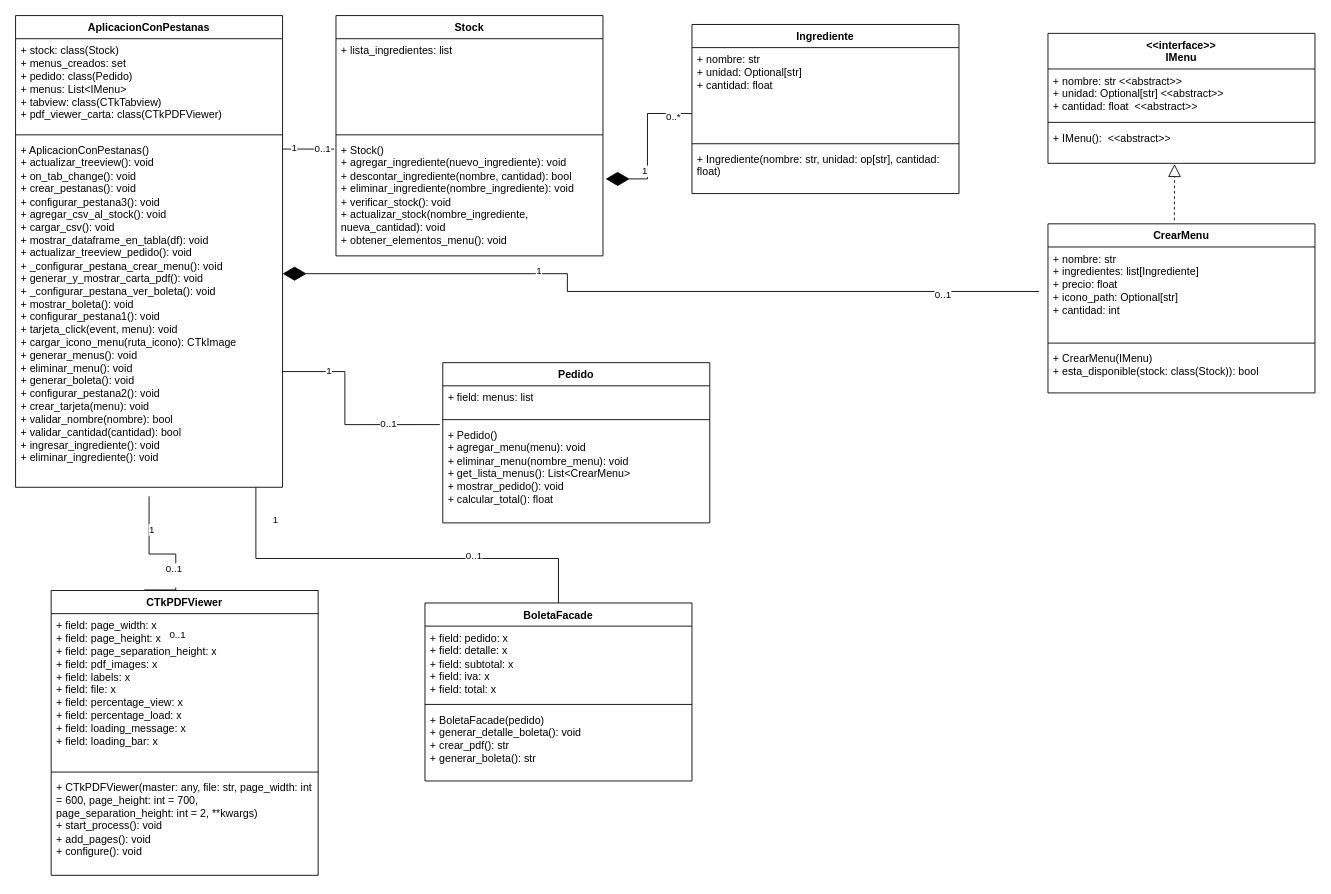
This is Diagrama-Restaurante.drawio from BenjaminSoto05/Proyecto-de-programacion-2, a draw.io file, before an edit. Source tidied: cells renumbered, new cells numbered last; positions are measured from the earlier drawing's top-left corner, leaving out a move shared by most shapes. Both pictures are drawn from the tidied source at 89%, with x=0, y=0 at pixel (15, 15).
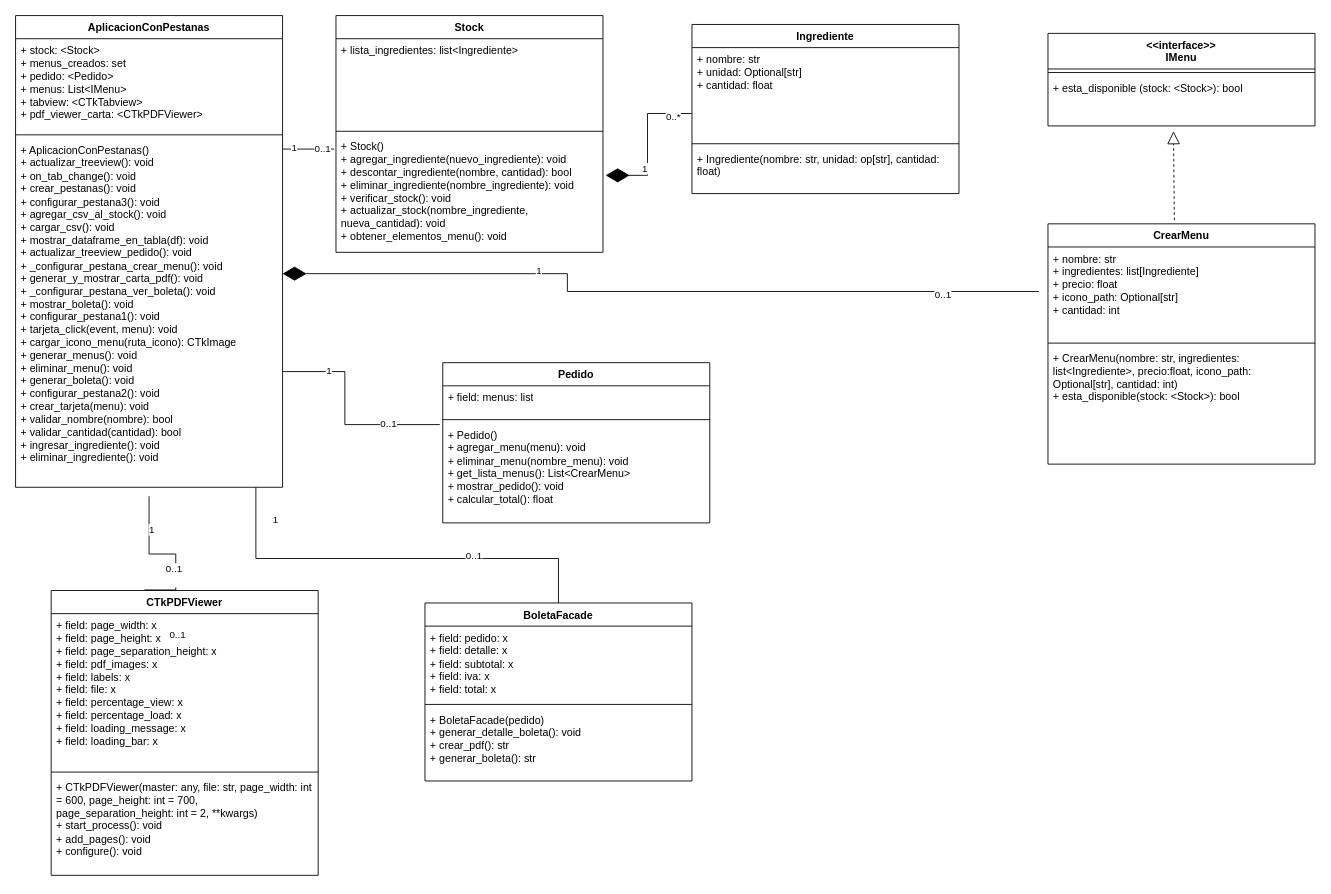
Above is the later version.

Commit message:
fix: Cambio de datos y cambio de clase Interfaz

The change refers to these unchanged cells:
```xml
<mxCell id="2" value="AplicacionConPestanas" style="swimlane;fontStyle=1;align=center;verticalAlign=top;horizontal=1;startSize=26;whiteSpace=wrap;html=1;" parent="1" vertex="1">
  <mxGeometry width="300" height="530" as="geometry" />
</mxCell>
```

What changed in the source:
```diff
@@
-    <mxCell id="3" value="+ stock: class(Stock)&lt;div&gt;+ menus_creados: set&lt;/div&gt;&lt;div&gt;+ pedido: class(Pedido)&lt;/div&gt;&lt;div&gt;+ menus: List&amp;lt;IMenu&amp;gt;&lt;/div&gt;&lt;div&gt;+ tabview: class(CTkTabview)&lt;/div&gt;&lt;div&gt;+ pdf_viewer_carta: class(CTkPDFViewer)&lt;/div&gt;" style="text;strokeColor=none;fillColor=none;align=left;verticalAlign=top;spacingLeft=4;spacingRight=4;overflow=hidden;whiteSpace=wrap;html=1;" parent="2" vertex="1">
+    <mxCell id="3" value="+ stock: &amp;lt;Stock&amp;gt;&lt;div&gt;+ menus_creados: set&lt;/div&gt;&lt;div&gt;+ pedido: &amp;lt;Pedido&amp;gt;&lt;/div&gt;&lt;div&gt;+ menus: List&amp;lt;IMenu&amp;gt;&lt;/div&gt;&lt;div&gt;+ tabview: &amp;lt;CTkTabview&amp;gt;&lt;/div&gt;&lt;div&gt;+ pdf_viewer_carta: &amp;lt;CTkPDFViewer&amp;gt;&lt;/div&gt;" style="text;strokeColor=none;fillColor=none;align=left;verticalAlign=top;spacingLeft=4;spacingRight=4;overflow=hidden;whiteSpace=wrap;html=1;" parent="2" vertex="1">
       <mxGeometry y="26" width="300" height="104" as="geometry" />
     </mxCell>
@@
     <mxCell id="6" value="Stock" style="swimlane;fontStyle=1;align=center;verticalAlign=top;horizontal=1;startSize=26;whiteSpace=wrap;html=1;" parent="1" vertex="1">
-      <mxGeometry x="360" width="300" height="270" as="geometry" />
+      <mxGeometry x="360" width="300" height="266" as="geometry" />
     </mxCell>
-    <mxCell id="7" value="+ lista_ingredientes: list" style="text;strokeColor=none;fillColor=none;align=left;verticalAlign=top;spacingLeft=4;spacingRight=4;overflow=hidden;whiteSpace=wrap;html=1;" parent="6" vertex="1">
-      <mxGeometry y="26" width="300" height="104" as="geometry" />
+    <mxCell id="7" value="+ lista_ingredientes: list&amp;lt;Ingrediente&amp;gt;" style="text;strokeColor=none;fillColor=none;align=left;verticalAlign=top;spacingLeft=4;spacingRight=4;overflow=hidden;whiteSpace=wrap;html=1;" parent="6" vertex="1">
+      <mxGeometry y="26" width="300" height="100" as="geometry" />
     </mxCell>
     <mxCell id="8" style="line;strokeWidth=1;fillColor=none;align=left;verticalAlign=middle;spacingTop=-1;spacingLeft=3;spacingRight=3;labelPosition=right;strokeColor=inherit;" parent="6" vertex="1">
-      <mxGeometry y="130" width="300" height="8" as="geometry" />
+      <mxGeometry y="126" width="300" height="8" as="geometry" />
     </mxCell>
@@
     <mxCell id="12" value="&lt;div&gt;+ Stock()&lt;br&gt;+ agregar_ingrediente(nuevo_ingrediente): void&lt;/div&gt;&lt;div&gt;+ descontar_ingrediente(nombre, cantidad): bool&lt;/div&gt;&lt;div&gt;+ eliminar_ingrediente(nombre_ingrediente): void&lt;/div&gt;&lt;div&gt;+ verificar_stock(): void&lt;/div&gt;&lt;div&gt;+ actualizar_stock(nombre_ingrediente, nueva_cantidad): void&lt;/div&gt;&lt;div&gt;+ obtener_elementos_menu(): void&lt;/div&gt;" style="text;strokeColor=none;fillColor=none;align=left;verticalAlign=top;spacingLeft=4;spacingRight=4;overflow=hidden;points=[[0,0.5],[1,0.5]];portConstraint=eastwest;whiteSpace=wrap;html=1;" parent="6" vertex="1">
-      <mxGeometry y="138" width="300" height="132" as="geometry" />
+      <mxGeometry y="134" width="300" height="132" as="geometry" />
     </mxCell>
@@
     <mxCell id="21" value="&lt;div&gt;&amp;lt;&amp;lt;interface&amp;gt;&amp;gt;&lt;/div&gt;IMenu" style="swimlane;fontStyle=1;align=center;verticalAlign=top;horizontal=1;startSize=40;whiteSpace=wrap;html=1;" parent="1" vertex="1">
-      <mxGeometry x="1160" y="20" width="300" height="146" as="geometry" />
+      <mxGeometry x="1160" y="20" width="300" height="104" as="geometry" />
     </mxCell>
+    <mxCell id="23" style="line;strokeWidth=1;fillColor=none;align=left;verticalAlign=middle;spacingTop=-1;spacingLeft=3;spacingRight=3;labelPosition=right;strokeColor=inherit;" parent="21" vertex="1">
+      <mxGeometry y="40" width="300" height="8" as="geometry" />
+    </mxCell>
-    <mxCell id="22" value="+ nombre: str &amp;lt;&amp;lt;abstract&amp;gt;&amp;gt;&lt;div&gt;+ unidad: Optional[str]&amp;nbsp;&lt;span style=&quot;background-color: transparent; color: light-dark(rgb(0, 0, 0), rgb(255, 255, 255));&quot;&gt;&amp;lt;&amp;lt;abstract&amp;gt;&amp;gt;&lt;/span&gt;&lt;/div&gt;&lt;div&gt;+ cantidad: float&amp;nbsp;&lt;span style=&quot;background-color: transparent; color: light-dark(rgb(0, 0, 0), rgb(255, 255, 255));&quot;&gt;&amp;nbsp;&lt;/span&gt;&lt;span style=&quot;background-color: transparent; color: light-dark(rgb(0, 0, 0), rgb(255, 255, 255));&quot;&gt;&amp;lt;&amp;lt;abstract&amp;gt;&amp;gt;&lt;/span&gt;&lt;/div&gt;" style="text;strokeColor=none;fillColor=none;align=left;verticalAlign=top;spacingLeft=4;spacingRight=4;overflow=hidden;whiteSpace=wrap;html=1;" parent="21" vertex="1">
-      <mxGeometry y="40" width="300" height="56" as="geometry" />
+    <mxCell id="22" value="+ esta_disponible (stock: &amp;lt;Stock&amp;gt;): bool" style="text;strokeColor=none;fillColor=none;align=left;verticalAlign=top;spacingLeft=4;spacingRight=4;overflow=hidden;whiteSpace=wrap;html=1;" parent="21" vertex="1">
+      <mxGeometry y="48" width="300" height="56" as="geometry" />
     </mxCell>
-    <mxCell id="23" style="line;strokeWidth=1;fillColor=none;align=left;verticalAlign=middle;spacingTop=-1;spacingLeft=3;spacingRight=3;labelPosition=right;strokeColor=inherit;" parent="21" vertex="1">
-      <mxGeometry y="96" width="300" height="8" as="geometry" />
-    </mxCell>
-    <mxCell id="24" value="&lt;div&gt;&lt;span style=&quot;background-color: transparent; color: light-dark(rgb(0, 0, 0), rgb(255, 255, 255));&quot;&gt;+ IMenu():&amp;nbsp;&lt;/span&gt;&lt;span style=&quot;background-color: transparent; color: light-dark(rgb(0, 0, 0), rgb(255, 255, 255));&quot;&gt;&amp;nbsp;&lt;/span&gt;&lt;span style=&quot;background-color: transparent; color: light-dark(rgb(0, 0, 0), rgb(255, 255, 255));&quot;&gt;&amp;lt;&amp;lt;abstract&amp;gt;&amp;gt;&lt;/span&gt;&lt;/div&gt;" style="text;strokeColor=none;fillColor=none;align=left;verticalAlign=top;spacingLeft=4;spacingRight=4;overflow=hidden;points=[[0,0.5],[1,0.5]];portConstraint=eastwest;whiteSpace=wrap;html=1;" parent="21" vertex="1">
-      <mxGeometry y="104" width="300" height="42" as="geometry" />
-    </mxCell>
     <mxCell id="25" value="CrearMenu" style="swimlane;fontStyle=1;align=center;verticalAlign=top;horizontal=1;startSize=26;whiteSpace=wrap;html=1;" parent="1" vertex="1">
-      <mxGeometry x="1160" y="234" width="300" height="190" as="geometry" />
+      <mxGeometry x="1160" y="234" width="300" height="270" as="geometry" />
     </mxCell>
@@
-    <mxCell id="28" value="&lt;div&gt;+ CrearMenu(IMenu)&lt;/div&gt;&lt;div&gt;+&amp;nbsp;&lt;span style=&quot;background-color: transparent; color: light-dark(rgb(0, 0, 0), rgb(255, 255, 255));&quot;&gt;esta_disponible(stock: class(Stock)): bool&lt;/span&gt;&lt;/div&gt;" style="text;strokeColor=none;fillColor=none;align=left;verticalAlign=top;spacingLeft=4;spacingRight=4;overflow=hidden;whiteSpace=wrap;html=1;" parent="25" vertex="1">
-      <mxGeometry y="138" width="300" height="52" as="geometry" />
+    <mxCell id="28" value="&lt;div&gt;+ CrearMenu(nombre: str, ingredientes: list&amp;lt;Ingrediente&amp;gt;, precio:float, icono_path: Optional[str], cantidad: int)&lt;/div&gt;&lt;div&gt;+&amp;nbsp;&lt;span style=&quot;background-color: transparent; color: light-dark(rgb(0, 0, 0), rgb(255, 255, 255));&quot;&gt;esta_disponible(stock: &amp;lt;Stock&amp;gt;): bool&lt;/span&gt;&lt;/div&gt;" style="text;strokeColor=none;fillColor=none;align=left;verticalAlign=top;spacingLeft=4;spacingRight=4;overflow=hidden;whiteSpace=wrap;html=1;" parent="25" vertex="1">
+      <mxGeometry y="138" width="300" height="132" as="geometry" />
     </mxCell>
@@
-    <mxCell id="40" style="endArrow=block;dashed=1;endFill=0;endSize=12;html=1;rounded=0;entryX=0.474;entryY=1.019;entryDx=0;entryDy=0;entryPerimeter=0;" parent="1" edge="1" target="24">
+    <mxCell id="40" style="endArrow=block;dashed=1;endFill=0;endSize=12;html=1;rounded=0;" parent="1" edge="1">
       <mxGeometry relative="1" as="geometry">
         <mxPoint x="1302" y="230" as="sourcePoint" />
+        <mxPoint x="1301" y="130" as="targetPoint" />
       </mxGeometry>
     </mxCell>
```
